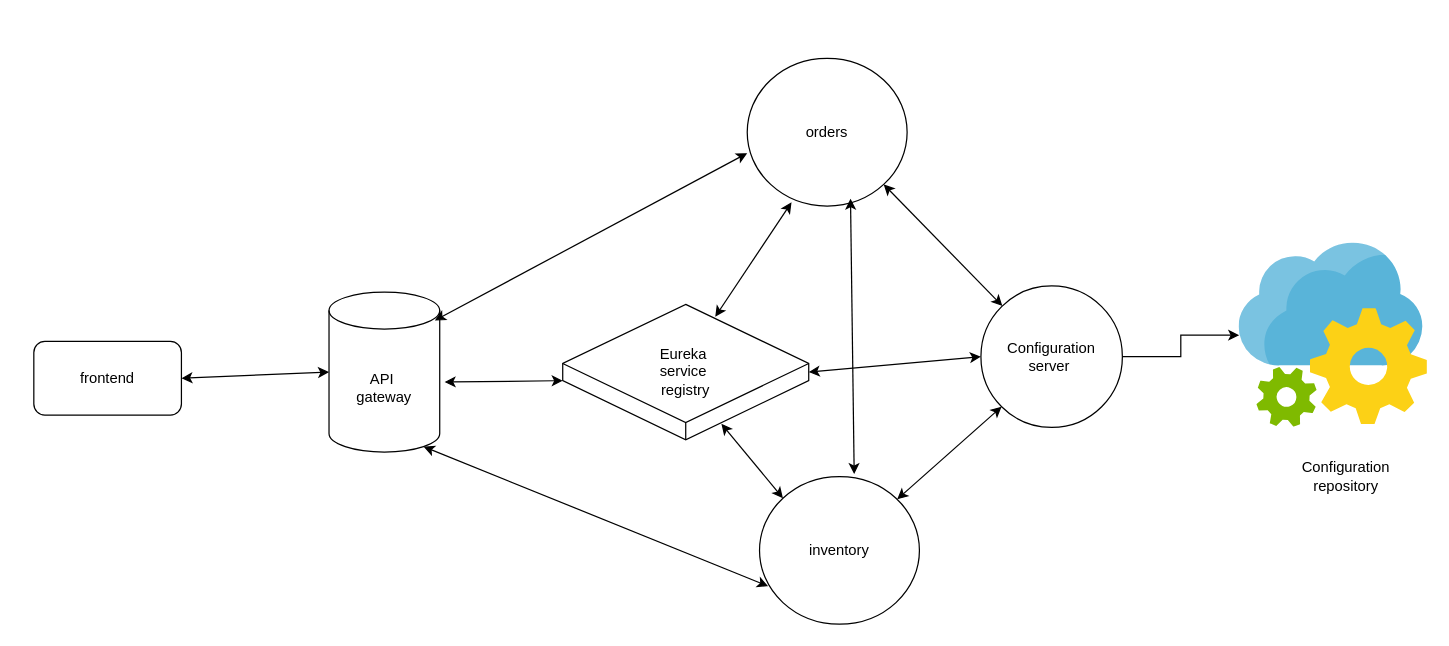
Earlier version of the draw.io diagram Docs/microservice-diagram.drawio (mahmoud-seleem/Ordering-Microservices-System). Source tidied: cells renumbered, new cells numbered last; positions are measured from the earlier drawing's top-left corner, leaving out a move shared by most shapes. Both pictures are drawn from the tidied source at 123%, with x=0, y=0 at pixel (33, 58).
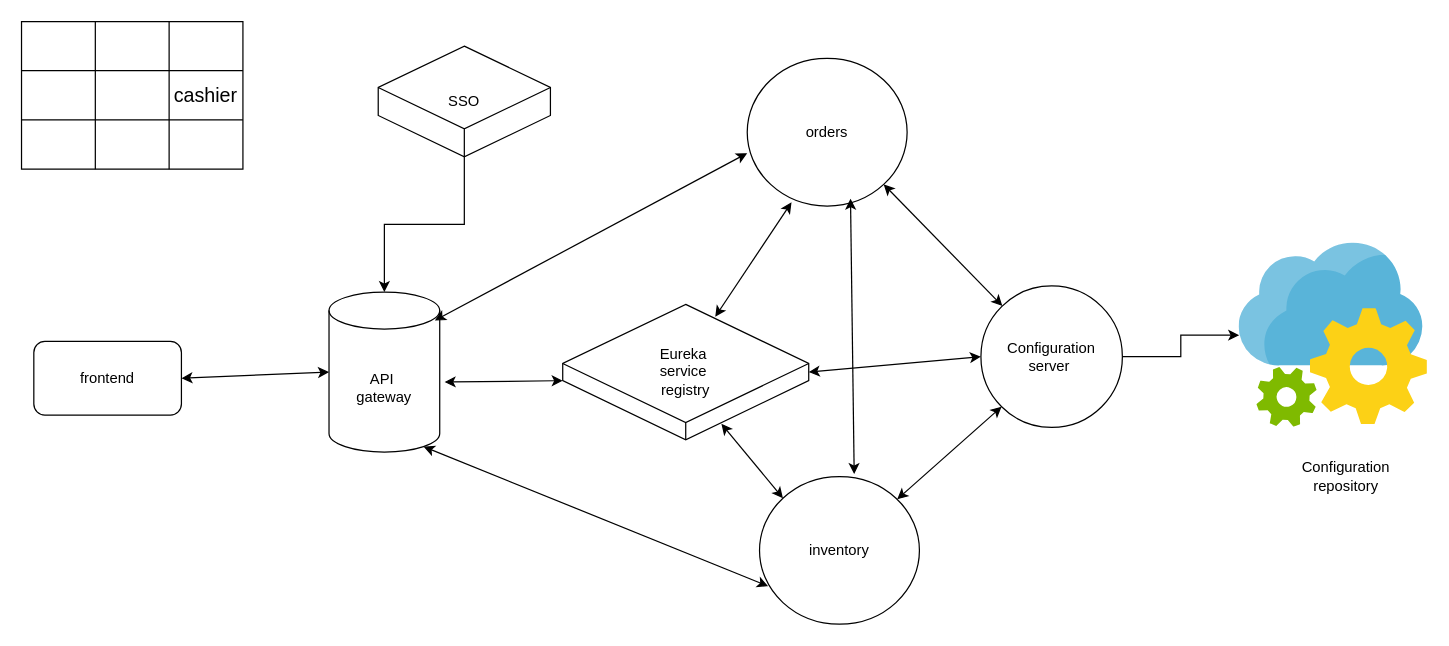
After the change.

Unchanged cells that the change refers to:
```xml
<mxCell id="4" value="API&amp;nbsp;&lt;br&gt;gateway" style="shape=cylinder3;whiteSpace=wrap;html=1;boundedLbl=1;backgroundOutline=1;size=15;" parent="1" vertex="1">
  <mxGeometry x="240" y="190" width="90" height="130" as="geometry" />
</mxCell>
```

The edit, as a diff of the source:
```diff
@@
+    <mxCell id="21" style="shape=table;startSize=0;childLayout=tableLayout;fontSize=16;" parent="1" vertex="1">
+      <mxGeometry x="-10" y="-30" width="180" height="120" as="geometry" />
+    </mxCell>
+    <mxCell id="22" style="shape=tableRow;horizontal=0;startSize=0;swimlaneHead=0;swimlaneBody=0;strokeColor=inherit;top=0;left=0;bottom=0;right=0;fillColor=none;fontSize=16;" parent="21" vertex="1">
+      <mxGeometry width="180" height="40" as="geometry" />
+    </mxCell>
+    <mxCell id="23" style="shape=partialRectangle;html=1;whiteSpace=wrap;strokeColor=inherit;overflow=hidden;fillColor=none;top=0;left=0;bottom=0;right=0;fontSize=16;" parent="22" vertex="1">
+      <mxGeometry width="60" height="40" as="geometry" />
+    </mxCell>
+    <mxCell id="24" style="shape=partialRectangle;html=1;whiteSpace=wrap;strokeColor=inherit;overflow=hidden;fillColor=none;top=0;left=0;bottom=0;right=0;fontSize=16;" parent="22" vertex="1">
+      <mxGeometry x="60" width="60" height="40" as="geometry" />
+    </mxCell>
+    <mxCell id="25" style="shape=partialRectangle;html=1;whiteSpace=wrap;strokeColor=inherit;overflow=hidden;fillColor=none;top=0;left=0;bottom=0;right=0;fontSize=16;" parent="22" vertex="1">
+      <mxGeometry x="120" width="60" height="40" as="geometry" />
+    </mxCell>
+    <mxCell id="26" style="shape=tableRow;horizontal=0;startSize=0;swimlaneHead=0;swimlaneBody=0;strokeColor=inherit;top=0;left=0;bottom=0;right=0;fillColor=none;fontSize=16;" parent="21" vertex="1">
+      <mxGeometry y="40" width="180" height="40" as="geometry" />
+    </mxCell>
+    <mxCell id="27" style="shape=partialRectangle;html=1;whiteSpace=wrap;strokeColor=inherit;overflow=hidden;fillColor=none;top=0;left=0;bottom=0;right=0;fontSize=16;" parent="26" vertex="1">
+      <mxGeometry width="60" height="40" as="geometry" />
+    </mxCell>
+    <mxCell id="28" style="shape=partialRectangle;html=1;whiteSpace=wrap;strokeColor=inherit;overflow=hidden;fillColor=none;top=0;left=0;bottom=0;right=0;fontSize=16;" parent="26" vertex="1">
+      <mxGeometry x="60" width="60" height="40" as="geometry" />
+    </mxCell>
+    <mxCell id="29" value="cashier" style="shape=partialRectangle;html=1;whiteSpace=wrap;strokeColor=inherit;overflow=hidden;fillColor=none;top=0;left=0;bottom=0;right=0;fontSize=16;" parent="26" vertex="1">
+      <mxGeometry x="120" width="60" height="40" as="geometry" />
+    </mxCell>
+    <mxCell id="30" style="shape=tableRow;horizontal=0;startSize=0;swimlaneHead=0;swimlaneBody=0;strokeColor=inherit;top=0;left=0;bottom=0;right=0;fillColor=none;fontSize=16;" parent="21" vertex="1">
+      <mxGeometry y="80" width="180" height="40" as="geometry" />
+    </mxCell>
+    <mxCell id="31" style="shape=partialRectangle;html=1;whiteSpace=wrap;strokeColor=inherit;overflow=hidden;fillColor=none;top=0;left=0;bottom=0;right=0;fontSize=16;" parent="30" vertex="1">
+      <mxGeometry width="60" height="40" as="geometry" />
+    </mxCell>
+    <mxCell id="32" style="shape=partialRectangle;html=1;whiteSpace=wrap;strokeColor=inherit;overflow=hidden;fillColor=none;top=0;left=0;bottom=0;right=0;fontSize=16;" parent="30" vertex="1">
+      <mxGeometry x="60" width="60" height="40" as="geometry" />
+    </mxCell>
+    <mxCell id="33" style="shape=partialRectangle;html=1;whiteSpace=wrap;strokeColor=inherit;overflow=hidden;fillColor=none;top=0;left=0;bottom=0;right=0;fontSize=16;" parent="30" vertex="1">
+      <mxGeometry x="120" width="60" height="40" as="geometry" />
+    </mxCell>
+    <mxCell id="34" style="edgeStyle=orthogonalEdgeStyle;rounded=0;jettySize=auto;html=1;" parent="1" edge="1" source="35" target="4">
+      <mxGeometry relative="1" as="geometry" />
+    </mxCell>
+    <mxCell id="35" value="SSO" style="html=1;whiteSpace=wrap;shape=isoCube2;backgroundOutline=1;isoAngle=15;" parent="1" vertex="1">
+      <mxGeometry x="280" y="-10" width="140" height="90" as="geometry" />
+    </mxCell>
```
